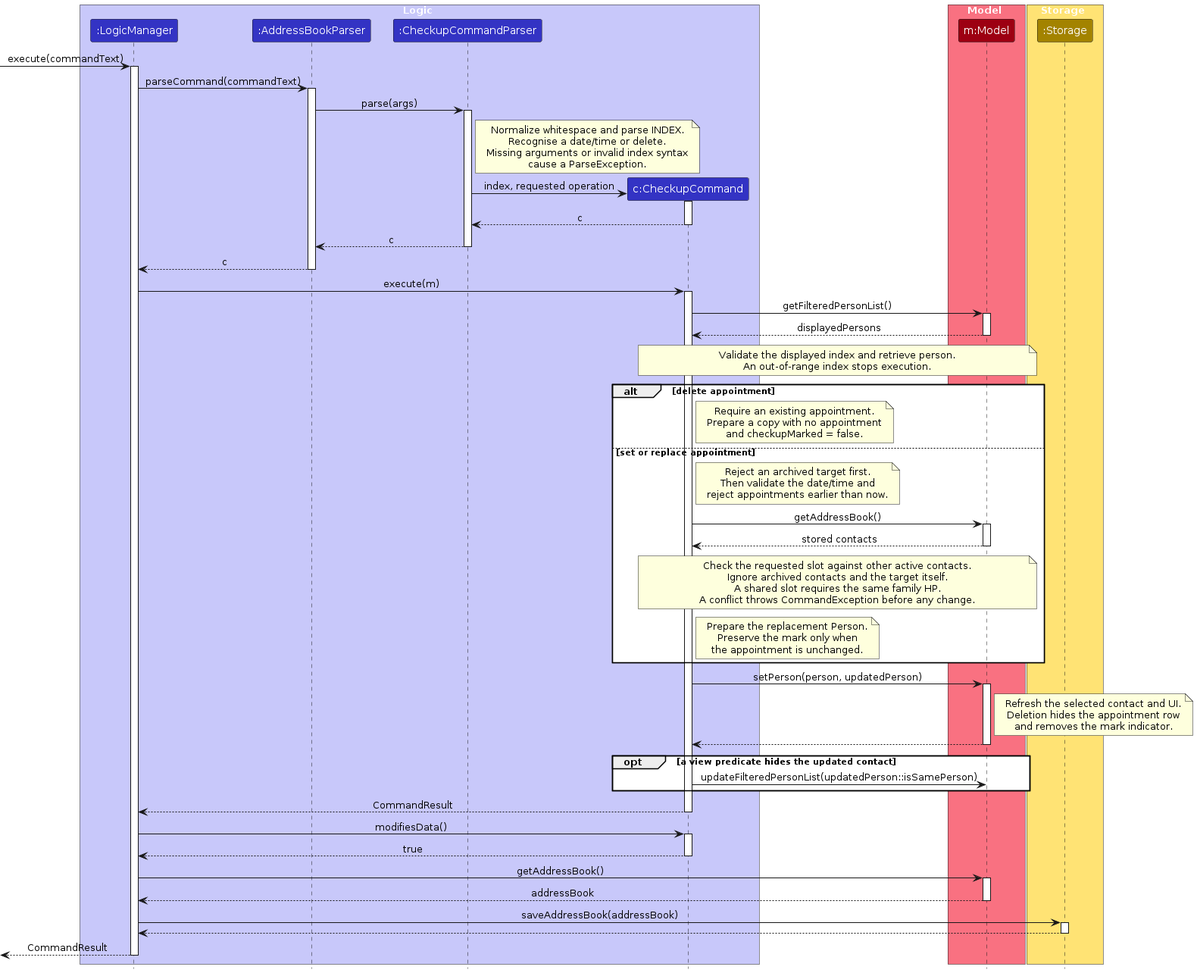
Before: diagrams/CheckupSequenceDiagram.png, a diagram exported from PlantUML (AY2627S1-CS2103T-T08-1/tp). Its source is kept beside it as diagrams/CheckupSequenceDiagram.puml.
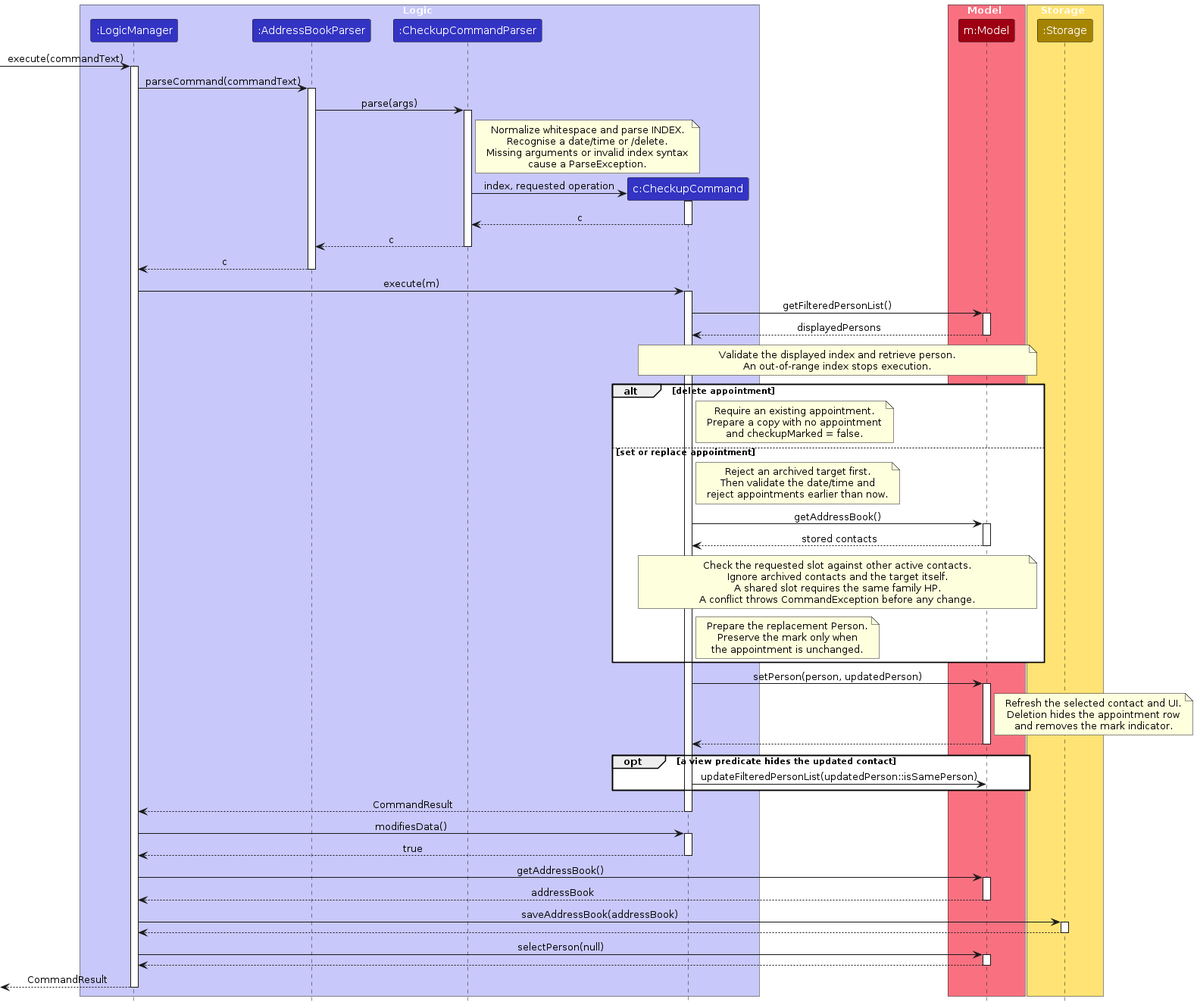
Above is the later version.

What changed in the source:
```diff
@@ -26,7 +26,7 @@
 
 note right of Parser
   Normalize whitespace and parse INDEX.
-  Recognise a date/time or delete.
+  Recognise a date/time or /delete.
   Missing arguments or invalid index syntax
   cause a ParseException.
 end note
@@ -113,6 +113,10 @@
 activate Storage
 Storage --> LogicManager
 deactivate Storage
+LogicManager -> Model : selectPerson(null)
+activate Model
+Model --> LogicManager
+deactivate Model
 [<-- LogicManager : CommandResult
 deactivate LogicManager
 @enduml
```
